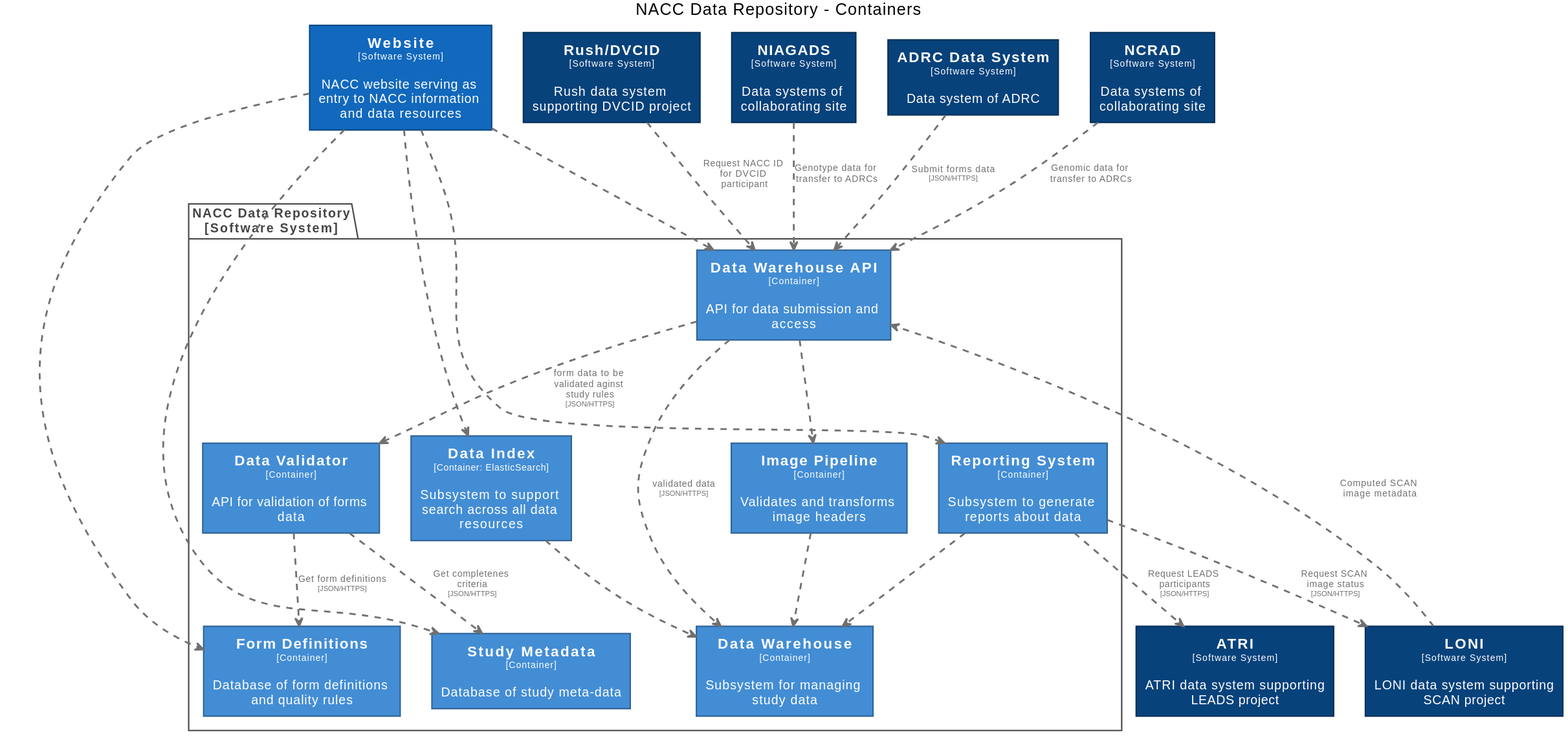
Above: docs/images/structurizr-RepositoryContainers.svg in naccdata/system-design (PlantUML), before the change.
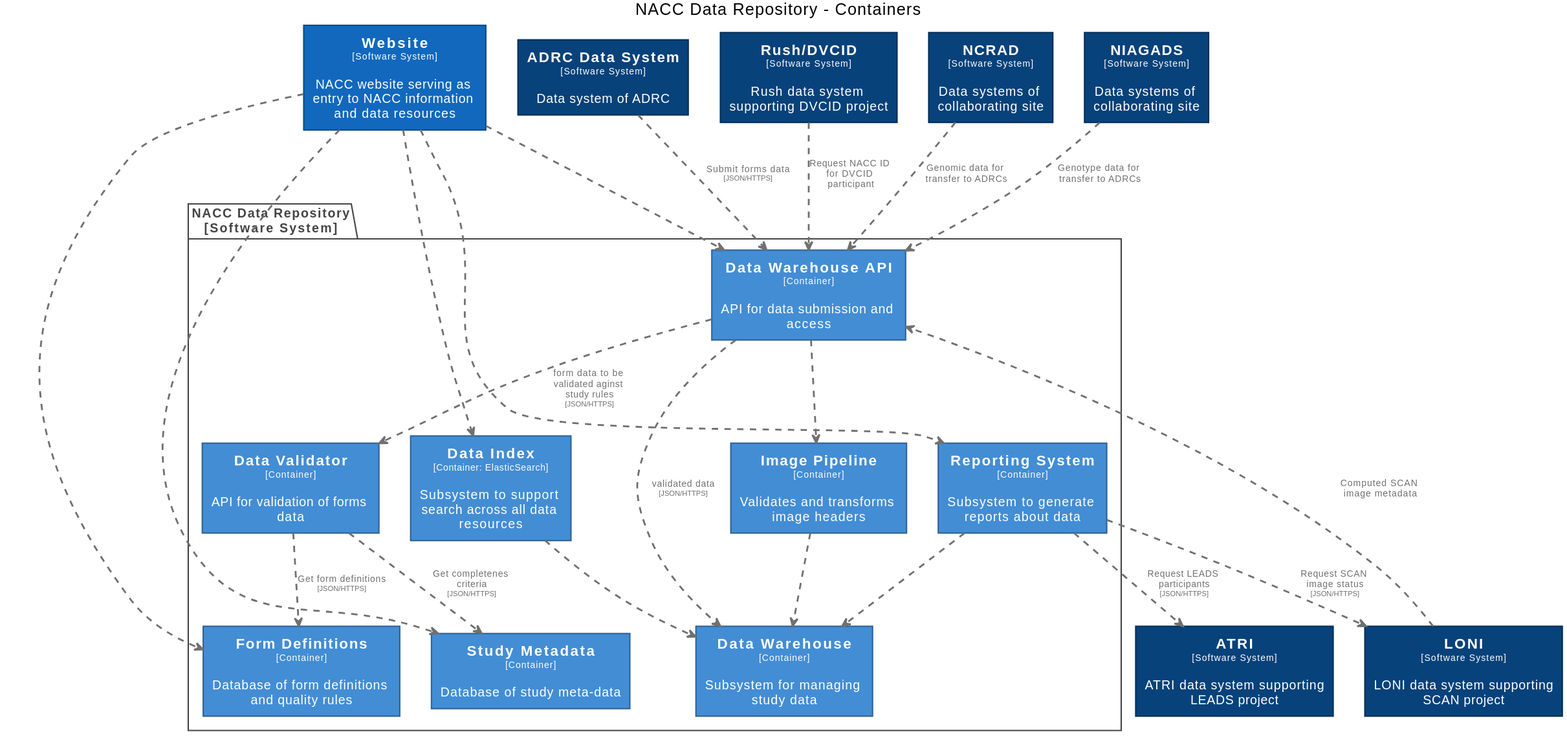
After the commit.

Change to the diagram source:
```diff
@@ -89,13 +89,13 @@
   BorderColor #0b4884
 }
 
+rectangle "==Website\n<size:10>[Software System]</size>\n\nNACC website serving as entry to NACC information and data resources" <<Website>> as Website
+rectangle "==ATRI\n<size:10>[Software System]</size>\n\nATRI data system supporting LEADS project" <<ATRI>> as ATRI
+rectangle "==NIAGADS\n<size:10>[Software System]</size>\n\nData systems of collaborating site" <<NIAGADS>> as NIAGADS
+rectangle "==ADRC Data System\n<size:10>[Software System]</size>\n\nData system of ADRC" <<ADRCDataSystem>> as ADRCDataSystem
+rectangle "==Rush/DVCID\n<size:10>[Software System]</size>\n\nRush data system supporting DVCID project" <<RushDVCID>> as RushDVCID
 rectangle "==LONI\n<size:10>[Software System]</size>\n\nLONI data system supporting SCAN project" <<LONI>> as LONI
-rectangle "==ATRI\n<size:10>[Software System]</size>\n\nATRI data system supporting LEADS project" <<ATRI>> as ATRI
 rectangle "==NCRAD\n<size:10>[Software System]</size>\n\nData systems of collaborating site" <<NCRAD>> as NCRAD
-rectangle "==Rush/DVCID\n<size:10>[Software System]</size>\n\nRush data system supporting DVCID project" <<RushDVCID>> as RushDVCID
-rectangle "==NIAGADS\n<size:10>[Software System]</size>\n\nData systems of collaborating site" <<NIAGADS>> as NIAGADS
-rectangle "==Website\n<size:10>[Software System]</size>\n\nNACC website serving as entry to NACC information and data resources" <<Website>> as Website
-rectangle "==ADRC Data System\n<size:10>[Software System]</size>\n\nData system of ADRC" <<ADRCDataSystem>> as ADRCDataSystem
 
 package "NACC Data Repository\n[Software System]" <<NACCDataRepository>> {
   skinparam PackageBorderColor<<NACCDataRepository>> #444444
@@ -112,6 +112,9 @@
 }
 
 NACCDataRepository.ImagePipeline .[#707070,thickness=2].> NACCDataRepository.DataWarehouse : "<color:#707070>"
+ADRCDataSystem .[#707070,thickness=2].> NACCDataRepository.DataWarehouseAPI : "<color:#707070>Submit forms data\n<color:#707070><size:8>[JSON/HTTPS]</size>"
+NCRAD .[#707070,thickness=2].> NACCDataRepository.DataWarehouseAPI : "<color:#707070>Genomic data for transfer to ADRCs"
+NIAGADS .[#707070,thickness=2].> NACCDataRepository.DataWarehouseAPI : "<color:#707070>Genotype data for transfer to ADRCs"
 LONI .[#707070,thickness=2].> NACCDataRepository.DataWarehouseAPI : "<color:#707070>Computed SCAN image metadata"
 NACCDataRepository.ReportingSystem .[#707070,thickness=2].> LONI : "<color:#707070>Request SCAN image status\n<color:#707070><size:8>[JSON/HTTPS]</size>"
 NACCDataRepository.ReportingSystem .[#707070,thickness=2].> ATRI : "<color:#707070>Request LEADS participants\n<color:#707070><size:8>[JSON/HTTPS]</size>"
@@ -128,7 +131,4 @@
 Website .[#707070,thickness=2].> NACCDataRepository.FormDefinitions : "<color:#707070>"
 NACCDataRepository.DataValidator .[#707070,thickness=2].> NACCDataRepository.FormDefinitions : "<color:#707070>Get form definitions\n<color:#707070><size:8>[JSON/HTTPS]</size>"
 NACCDataRepository.DataValidator .[#707070,thickness=2].> NACCDataRepository.StudyMetadata : "<color:#707070>Get completenes criteria\n<color:#707070><size:8>[JSON/HTTPS]</size>"
-ADRCDataSystem .[#707070,thickness=2].> NACCDataRepository.DataWarehouseAPI : "<color:#707070>Submit forms data\n<color:#707070><size:8>[JSON/HTTPS]</size>"
-NCRAD .[#707070,thickness=2].> NACCDataRepository.DataWarehouseAPI : "<color:#707070>Genomic data for transfer to ADRCs"
-NIAGADS .[#707070,thickness=2].> NACCDataRepository.DataWarehouseAPI : "<color:#707070>Genotype data for transfer to ADRCs"
 @enduml
```
